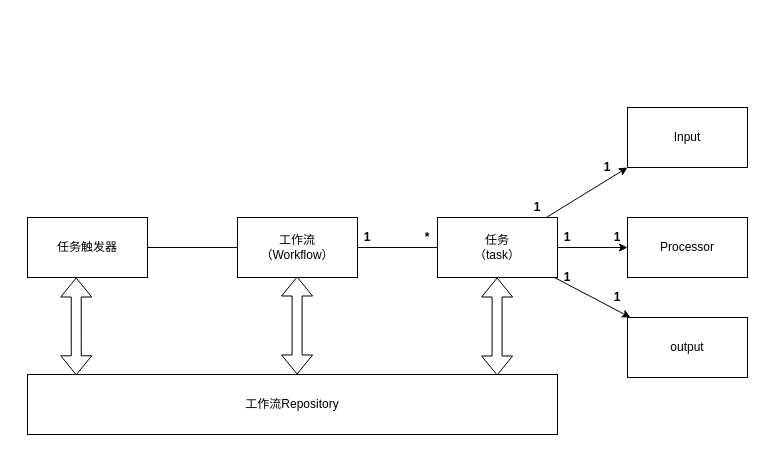
This is 未命名绘图.drawio from DotDotGeng/drawio_pic, a draw.io file, before an edit. Source tidied: cells renumbered, new cells numbered last; positions are measured from the earlier drawing's top-left corner, leaving out a move shared by most shapes. Both pictures are drawn from the tidied source at 100%, with x=0, y=0 at pixel (27, 107).
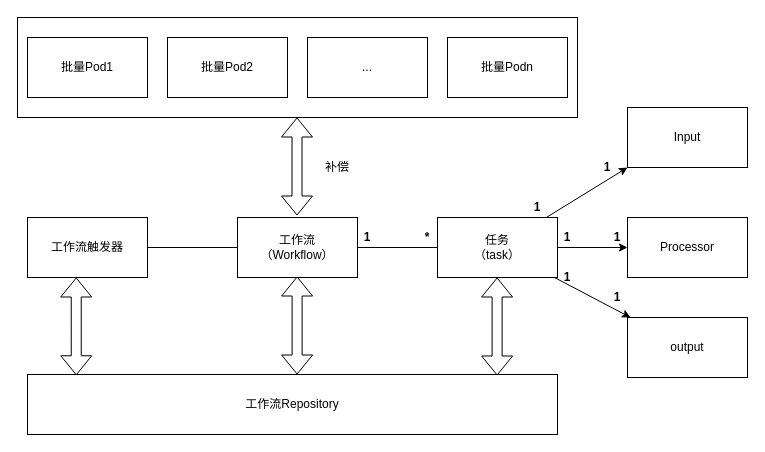
The same diagram, later.

Commit message (it also covers changes not shown here):
更新未命名绘图.drawio

Change to the diagram source:
```diff
@@
-    <mxCell id="3" value="任务触发器" style="rounded=0;whiteSpace=wrap;html=1;" parent="1" vertex="1">
+    <mxCell id="3" value="工作流触发器" style="rounded=0;whiteSpace=wrap;html=1;" parent="1" vertex="1">
       <mxGeometry y="110" width="120" height="60" as="geometry" />
     </mxCell>
@@
+    <mxCell id="25" style="rounded=0;whiteSpace=wrap;html=1;" parent="1" vertex="1">
+      <mxGeometry x="-10" y="-90" width="560" height="100" as="geometry" />
+    </mxCell>
+    <mxCell id="26" value="批量Pod1" style="rounded=0;whiteSpace=wrap;html=1;" parent="1" vertex="1">
+      <mxGeometry y="-70" width="120" height="60" as="geometry" />
+    </mxCell>
+    <mxCell id="27" value="批量Pod2" style="rounded=0;whiteSpace=wrap;html=1;" parent="1" vertex="1">
+      <mxGeometry x="140" y="-70" width="120" height="60" as="geometry" />
+    </mxCell>
+    <mxCell id="28" value="..." style="rounded=0;whiteSpace=wrap;html=1;" parent="1" vertex="1">
+      <mxGeometry x="280" y="-70" width="120" height="60" as="geometry" />
+    </mxCell>
+    <mxCell id="29" value="批量Podn" style="rounded=0;whiteSpace=wrap;html=1;" parent="1" vertex="1">
+      <mxGeometry x="420" y="-70" width="120" height="60" as="geometry" />
+    </mxCell>
+    <mxCell id="30" style="shape=flexArrow;endArrow=classic;startArrow=classic;html=1;rounded=0;entryX=0.406;entryY=1;entryDx=0;entryDy=0;entryPerimeter=0;exitX=0.092;exitY=0.013;exitDx=0;exitDy=0;exitPerimeter=0;" parent="1" edge="1">
+      <mxGeometry relative="1" as="geometry">
+        <mxPoint x="269.5" y="108" as="sourcePoint" />
+        <mxPoint x="269.5" y="10" as="targetPoint" />
+      </mxGeometry>
+    </mxCell>
+    <mxCell id="31" value="补偿" style="text;html=1;strokeColor=none;fillColor=none;align=center;verticalAlign=middle;whiteSpace=wrap;rounded=0;" parent="1" vertex="1">
+      <mxGeometry x="280" y="45" width="60" height="30" as="geometry" />
+    </mxCell>
```
